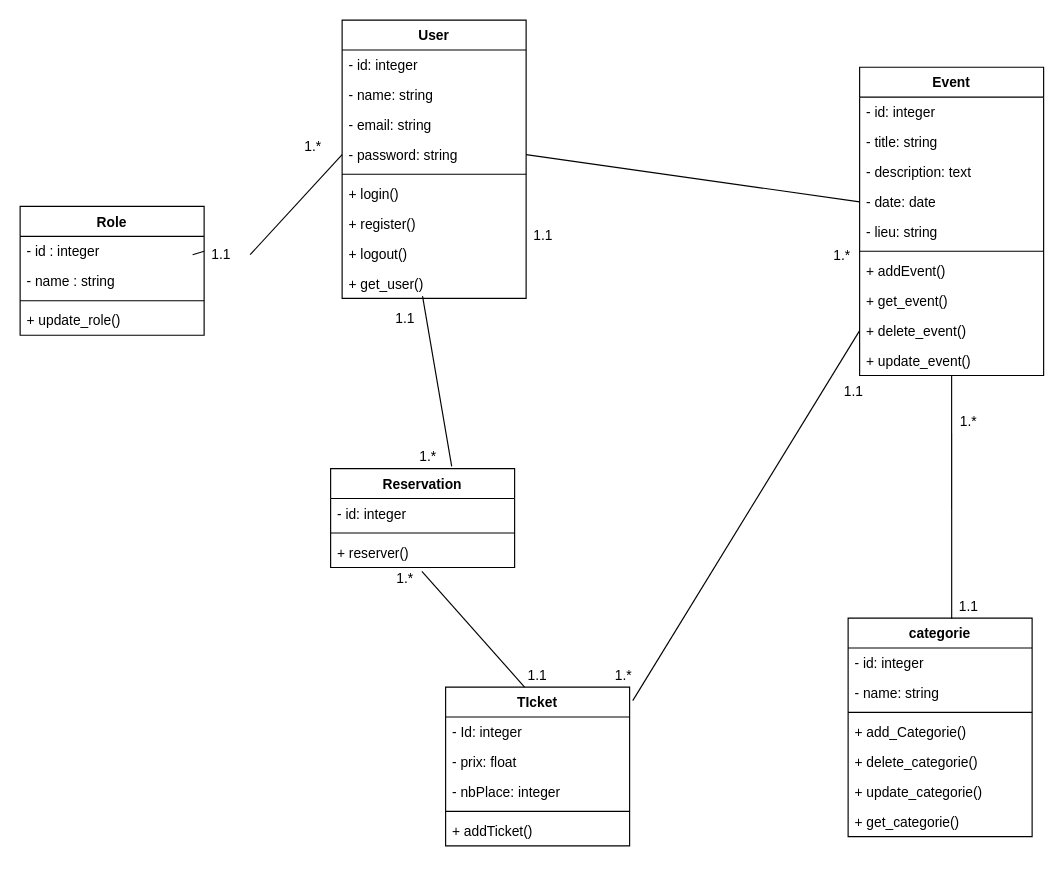
Earlier version of the draw.io diagram conception/diagramme_classe.drawio (AllaouiJihad/Evento). Source tidied: cells renumbered, new cells numbered last; positions are measured from the earlier drawing's top-left corner, leaving out a move shared by most shapes. Both pictures are drawn from the tidied source at 115%, with x=0, y=0 at pixel (20, 20).
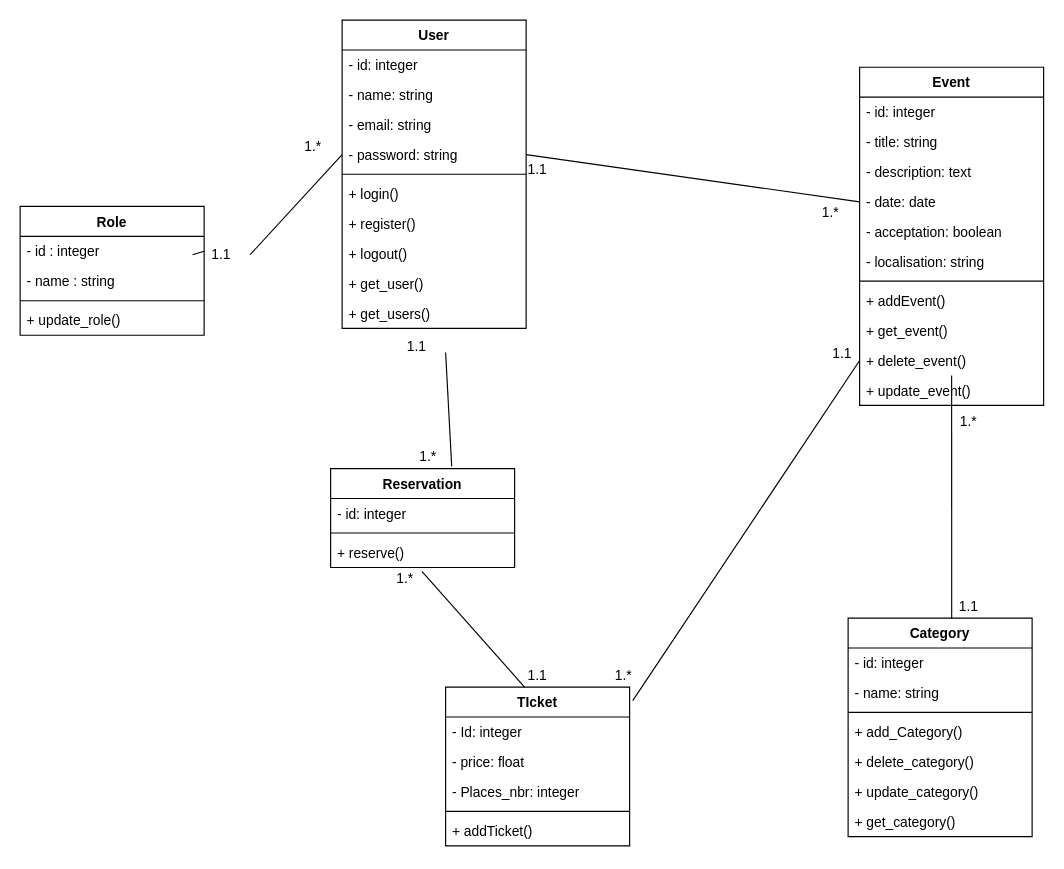
After the change.

The change refers to these unchanged cells:
```xml
<mxCell id="11" value="+ get_user()" style="text;strokeColor=none;fillColor=none;align=left;verticalAlign=top;spacingLeft=4;spacingRight=4;overflow=hidden;points=[[0,0.5],[1,0.5]];portConstraint=eastwest;" parent="2" vertex="1">
  <mxGeometry y="216" width="160" height="26" as="geometry" />
</mxCell>
<mxCell id="31" value="TIcket" style="swimlane;fontStyle=1;align=center;verticalAlign=top;horizontal=1;startSize=26;" parent="1" vertex="1">
  <mxGeometry x="370" y="580" width="160" height="138" as="geometry" />
</mxCell>
<mxCell id="37" value="Reservation" style="swimlane;fontStyle=1;align=center;verticalAlign=top;horizontal=1;startSize=26;" parent="1" vertex="1">
  <mxGeometry x="270" y="390" width="160" height="86" as="geometry" />
</mxCell>
```

The edit, as a diff of the source:
```diff
@@
     <mxCell id="2" value="User" style="swimlane;fontStyle=1;align=center;verticalAlign=top;horizontal=1;startSize=26;" parent="1" vertex="1">
-      <mxGeometry x="280" width="160" height="242" as="geometry" />
+      <mxGeometry x="280" width="160" height="268" as="geometry" />
     </mxCell>
@@
+    <mxCell id="65" value="+ get_users()" style="text;strokeColor=none;fillColor=none;align=left;verticalAlign=top;spacingLeft=4;spacingRight=4;overflow=hidden;" parent="2" vertex="1">
+      <mxGeometry y="242" width="160" height="26" as="geometry" />
+    </mxCell>
     <mxCell id="12" value="Event" style="swimlane;fontStyle=1;align=center;verticalAlign=top;horizontal=1;startSize=26;" parent="1" vertex="1">
-      <mxGeometry x="730" y="41" width="160" height="268" as="geometry" />
+      <mxGeometry x="730" y="41" width="160" height="294" as="geometry" />
     </mxCell>
@@
+    <mxCell id="66" value="- acceptation: boolean" style="text;strokeColor=none;fillColor=none;align=left;verticalAlign=top;spacingLeft=4;spacingRight=4;overflow=hidden;" parent="12" vertex="1">
+      <mxGeometry y="130" width="160" height="26" as="geometry" />
+    </mxCell>
-    <mxCell id="17" value="- lieu: string" style="text;strokeColor=none;fillColor=none;align=left;verticalAlign=top;spacingLeft=4;spacingRight=4;overflow=hidden;" parent="12" vertex="1">
-      <mxGeometry y="130" width="160" height="26" as="geometry" />
+    <mxCell id="17" value="- localisation: string" style="text;strokeColor=none;fillColor=none;align=left;verticalAlign=top;spacingLeft=4;spacingRight=4;overflow=hidden;" parent="12" vertex="1">
+      <mxGeometry y="156" width="160" height="26" as="geometry" />
     </mxCell>
     <mxCell id="18" style="line;strokeWidth=1;fillColor=none;align=left;verticalAlign=middle;spacingTop=-1;spacingLeft=3;spacingRight=3;labelPosition=right;strokeColor=inherit;" parent="12" vertex="1">
-      <mxGeometry y="156" width="160" height="8" as="geometry" />
+      <mxGeometry y="182" width="160" height="8" as="geometry" />
     </mxCell>
     <mxCell id="19" value="+ addEvent()" style="text;strokeColor=none;fillColor=none;align=left;verticalAlign=top;spacingLeft=4;spacingRight=4;overflow=hidden;" parent="12" vertex="1">
-      <mxGeometry y="164" width="160" height="26" as="geometry" />
+      <mxGeometry y="190" width="160" height="26" as="geometry" />
     </mxCell>
     <mxCell id="20" value="+ get_event()" style="text;strokeColor=none;fillColor=none;align=left;verticalAlign=top;spacingLeft=4;spacingRight=4;overflow=hidden;" parent="12" vertex="1">
-      <mxGeometry y="190" width="160" height="26" as="geometry" />
+      <mxGeometry y="216" width="160" height="26" as="geometry" />
     </mxCell>
     <mxCell id="21" value="+ delete_event()" style="text;strokeColor=none;fillColor=none;align=left;verticalAlign=top;spacingLeft=4;spacingRight=4;overflow=hidden;points=[[0,0.5],[1,0.5]];portConstraint=eastwest;" parent="12" vertex="1">
-      <mxGeometry y="216" width="160" height="26" as="geometry" />
+      <mxGeometry y="242" width="160" height="26" as="geometry" />
     </mxCell>
     <mxCell id="22" value="+ update_event()" style="text;strokeColor=none;fillColor=none;align=left;verticalAlign=top;spacingLeft=4;spacingRight=4;overflow=hidden;" parent="12" vertex="1">
-      <mxGeometry y="242" width="160" height="26" as="geometry" />
+      <mxGeometry y="268" width="160" height="26" as="geometry" />
     </mxCell>
-    <mxCell id="23" value="categorie" style="swimlane;fontStyle=1;align=center;verticalAlign=top;horizontal=1;startSize=26;" parent="1" vertex="1">
+    <mxCell id="23" value="Category" style="swimlane;fontStyle=1;align=center;verticalAlign=top;horizontal=1;startSize=26;" parent="1" vertex="1">
       <mxGeometry x="720" y="520" width="160" height="190" as="geometry" />
     </mxCell>
@@
-    <mxCell id="27" value="+ add_Categorie()" style="text;strokeColor=none;fillColor=none;align=left;verticalAlign=top;spacingLeft=4;spacingRight=4;overflow=hidden;" parent="23" vertex="1">
+    <mxCell id="27" value="+ add_Category()" style="text;strokeColor=none;fillColor=none;align=left;verticalAlign=top;spacingLeft=4;spacingRight=4;overflow=hidden;" parent="23" vertex="1">
       <mxGeometry y="86" width="160" height="26" as="geometry" />
     </mxCell>
-    <mxCell id="28" value="+ delete_categorie()" style="text;strokeColor=none;fillColor=none;align=left;verticalAlign=top;spacingLeft=4;spacingRight=4;overflow=hidden;" parent="23" vertex="1">
+    <mxCell id="28" value="+ delete_category()" style="text;strokeColor=none;fillColor=none;align=left;verticalAlign=top;spacingLeft=4;spacingRight=4;overflow=hidden;" parent="23" vertex="1">
       <mxGeometry y="112" width="160" height="26" as="geometry" />
     </mxCell>
-    <mxCell id="29" value="+ update_categorie()" style="text;strokeColor=none;fillColor=none;align=left;verticalAlign=top;spacingLeft=4;spacingRight=4;overflow=hidden;" parent="23" vertex="1">
+    <mxCell id="29" value="+ update_category()" style="text;strokeColor=none;fillColor=none;align=left;verticalAlign=top;spacingLeft=4;spacingRight=4;overflow=hidden;" parent="23" vertex="1">
       <mxGeometry y="138" width="160" height="26" as="geometry" />
     </mxCell>
-    <mxCell id="30" value="+ get_categorie()" style="text;strokeColor=none;fillColor=none;align=left;verticalAlign=top;spacingLeft=4;spacingRight=4;overflow=hidden;" parent="23" vertex="1">
+    <mxCell id="30" value="+ get_category()" style="text;strokeColor=none;fillColor=none;align=left;verticalAlign=top;spacingLeft=4;spacingRight=4;overflow=hidden;" parent="23" vertex="1">
       <mxGeometry y="164" width="160" height="26" as="geometry" />
     </mxCell>
@@
-    <mxCell id="33" value="- prix: float" style="text;strokeColor=none;fillColor=none;align=left;verticalAlign=top;spacingLeft=4;spacingRight=4;overflow=hidden;" parent="31" vertex="1">
+    <mxCell id="33" value="- price: float" style="text;strokeColor=none;fillColor=none;align=left;verticalAlign=top;spacingLeft=4;spacingRight=4;overflow=hidden;" parent="31" vertex="1">
       <mxGeometry y="52" width="160" height="26" as="geometry" />
     </mxCell>
-    <mxCell id="34" value="- nbPlace: integer" style="text;strokeColor=none;fillColor=none;align=left;verticalAlign=top;spacingLeft=4;spacingRight=4;overflow=hidden;" parent="31" vertex="1">
+    <mxCell id="34" value="- Places_nbr: integer" style="text;strokeColor=none;fillColor=none;align=left;verticalAlign=top;spacingLeft=4;spacingRight=4;overflow=hidden;" parent="31" vertex="1">
       <mxGeometry y="78" width="160" height="26" as="geometry" />
     </mxCell>
@@
-    <mxCell id="40" value="+ reserver()" style="text;strokeColor=none;fillColor=none;align=left;verticalAlign=top;spacingLeft=4;spacingRight=4;overflow=hidden;points=[[0,0.5],[1,0.5]];portConstraint=eastwest;" parent="37" vertex="1">
+    <mxCell id="40" value="+ reserve()" style="text;strokeColor=none;fillColor=none;align=left;verticalAlign=top;spacingLeft=4;spacingRight=4;overflow=hidden;points=[[0,0.5],[1,0.5]];portConstraint=eastwest;" parent="37" vertex="1">
       <mxGeometry y="60" width="160" height="26" as="geometry" />
     </mxCell>
@@
     <mxCell id="42" value="1.1" style="text;html=1;strokeColor=none;fillColor=none;align=center;verticalAlign=middle;whiteSpace=wrap;rounded=0;" parent="1" vertex="1">
-      <mxGeometry x="430" y="178" width="50" height="20" as="geometry" />
+      <mxGeometry x="425" y="120" width="50" height="20" as="geometry" />
     </mxCell>
     <mxCell id="43" value="1.*" style="text;html=1;strokeColor=none;fillColor=none;align=center;verticalAlign=middle;whiteSpace=wrap;rounded=0;" parent="1" vertex="1">
-      <mxGeometry x="690" y="195" width="50" height="20" as="geometry" />
+      <mxGeometry x="680" y="158" width="50" height="20" as="geometry" />
     </mxCell>
@@
-    <mxCell id="47" style="endArrow=none;html=1;entryX=0.437;entryY=0.923;entryDx=0;entryDy=0;entryPerimeter=0;exitX=0.658;exitY=-0.023;exitDx=0;exitDy=0;exitPerimeter=0;" parent="1" edge="1" source="37" target="11">
+    <mxCell id="47" style="endArrow=none;html=1;entryX=1;entryY=0.75;entryDx=0;entryDy=0;exitX=0.658;exitY=-0.023;exitDx=0;exitDy=0;exitPerimeter=0;" parent="1" edge="1" source="37" target="60">
       <mxGeometry relative="1" as="geometry" />
     </mxCell>
@@
     <mxCell id="50" value="1.1" style="text;html=1;strokeColor=none;fillColor=none;align=center;verticalAlign=middle;whiteSpace=wrap;rounded=0;" parent="1" vertex="1">
-      <mxGeometry x="700" y="313" width="50" height="20" as="geometry" />
+      <mxGeometry x="690" y="280" width="50" height="20" as="geometry" />
     </mxCell>
@@
     <mxCell id="60" value="1.1" style="text;html=1;strokeColor=none;fillColor=none;align=center;verticalAlign=middle;whiteSpace=wrap;rounded=0;" parent="1" vertex="1">
-      <mxGeometry x="310" y="250" width="50" height="20" as="geometry" />
+      <mxGeometry x="320" y="274" width="50" height="20" as="geometry" />
     </mxCell>
```
